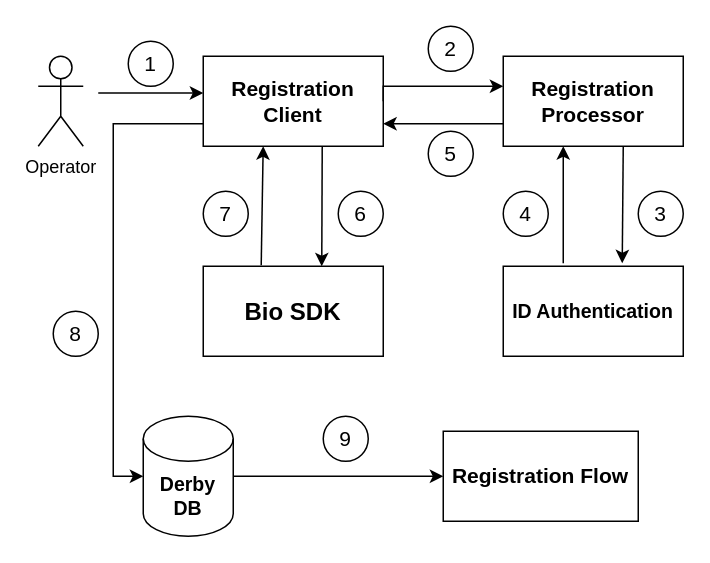
Before: docs/_images/operator-onboarding.drawio in mosip/documentation, a draw.io diagram. Source tidied: cells renumbered, new cells numbered last; positions are measured from the earlier drawing's top-left corner, leaving out a move shared by most shapes. Both pictures are drawn from the tidied source at 150%, with x=0, y=0 at pixel (38, 26).
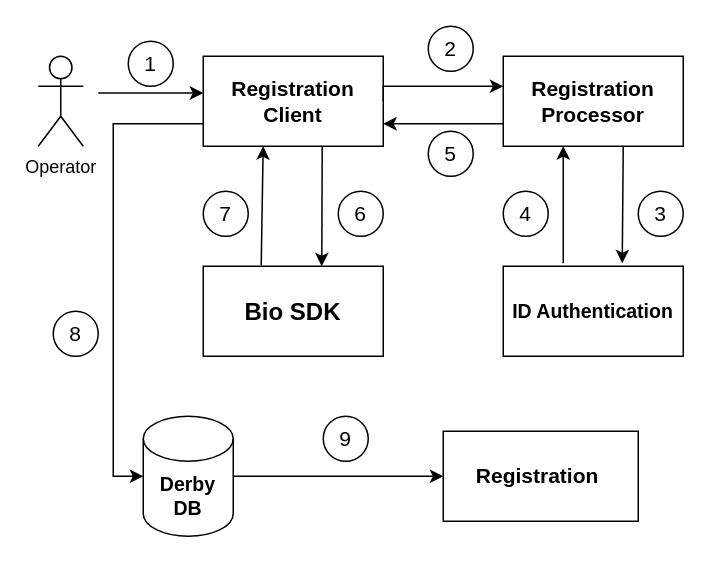
The same diagram, later.

What changed in the source:
```diff
@@
-    <mxCell id="8" value="&lt;font style=&quot;font-size: 14px;&quot;&gt;&lt;b&gt;Registration Flow&lt;/b&gt;&lt;/font&gt;" style="rounded=0;whiteSpace=wrap;html=1;" parent="1" vertex="1">
+    <mxCell id="8" value="&lt;font style=&quot;font-size: 14px;&quot;&gt;&lt;b&gt;Registration&amp;nbsp;&lt;/b&gt;&lt;/font&gt;" style="rounded=0;whiteSpace=wrap;html=1;" parent="1" vertex="1">
       <mxGeometry x="270" y="270" width="130" height="60" as="geometry" />
     </mxCell>
```
